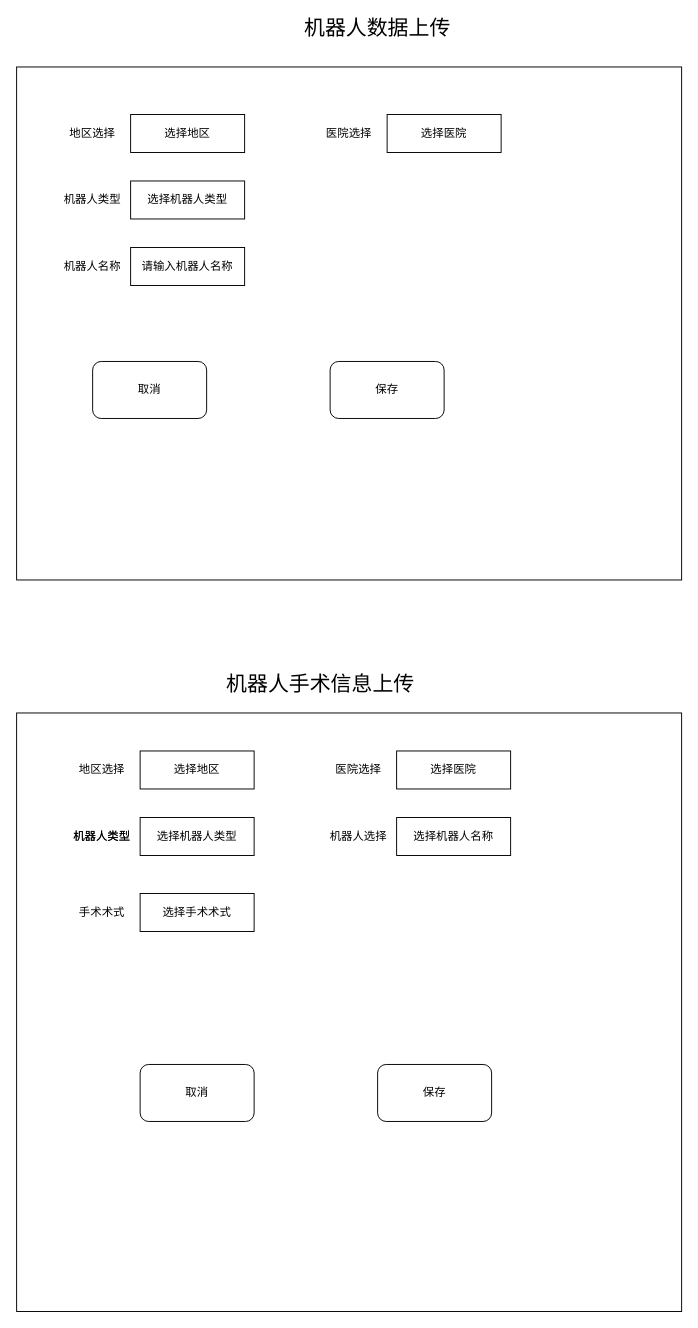
This is file/Untitled Diagram.drawio from Easy119/huangshun, a draw.io file, before an edit. Source tidied: cells renumbered, new cells numbered last; positions are measured from the earlier drawing's top-left corner, leaving out a move shared by most shapes. Both pictures are drawn from the tidied source at 95%, with x=0, y=0 at pixel (16, 19).
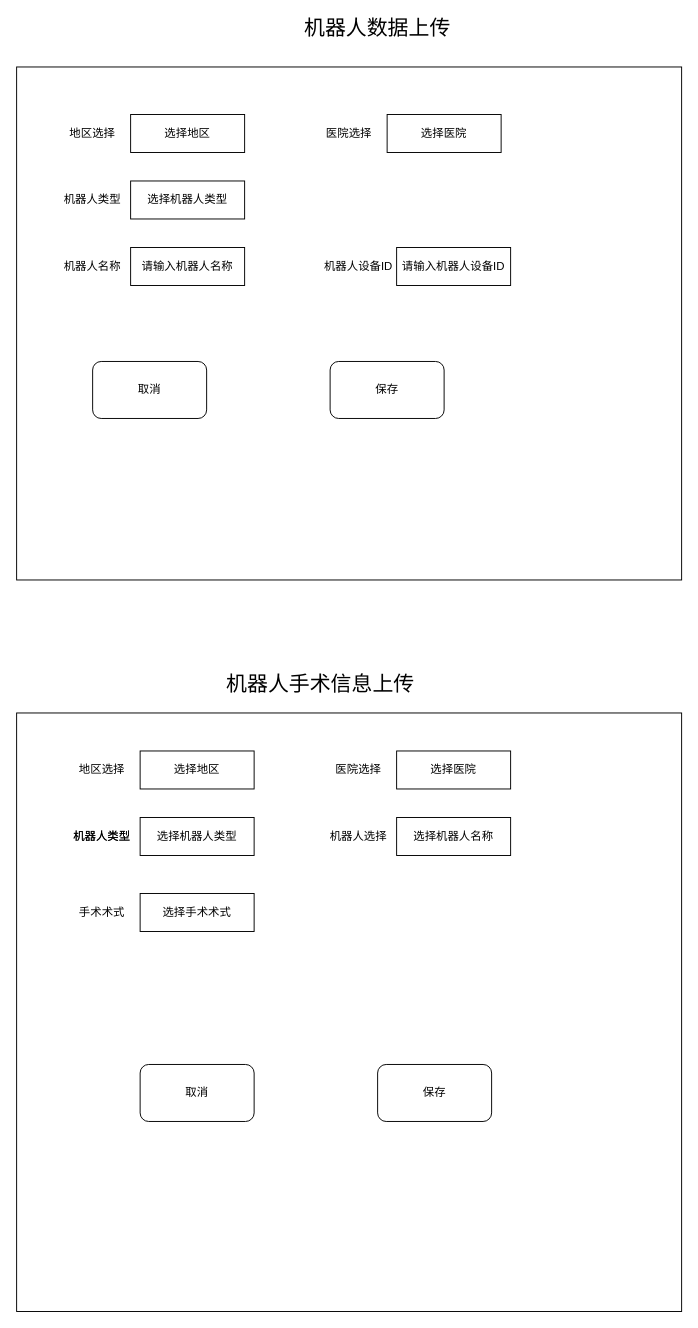
The same diagram, later.

Diff of the diagram source:
```diff
@@
+    <mxCell id="29" value="请输入机器人设备ID" style="rounded=0;whiteSpace=wrap;html=1;" parent="1" vertex="1">
+      <mxGeometry x="400" y="240" width="120" height="40" as="geometry" />
+    </mxCell>
+    <mxCell id="30" value="机器人设备ID" style="text;html=1;strokeColor=none;fillColor=none;align=center;verticalAlign=middle;whiteSpace=wrap;rounded=0;" parent="1" vertex="1">
+      <mxGeometry x="320" y="250" width="80" height="20" as="geometry" />
+    </mxCell>
```
